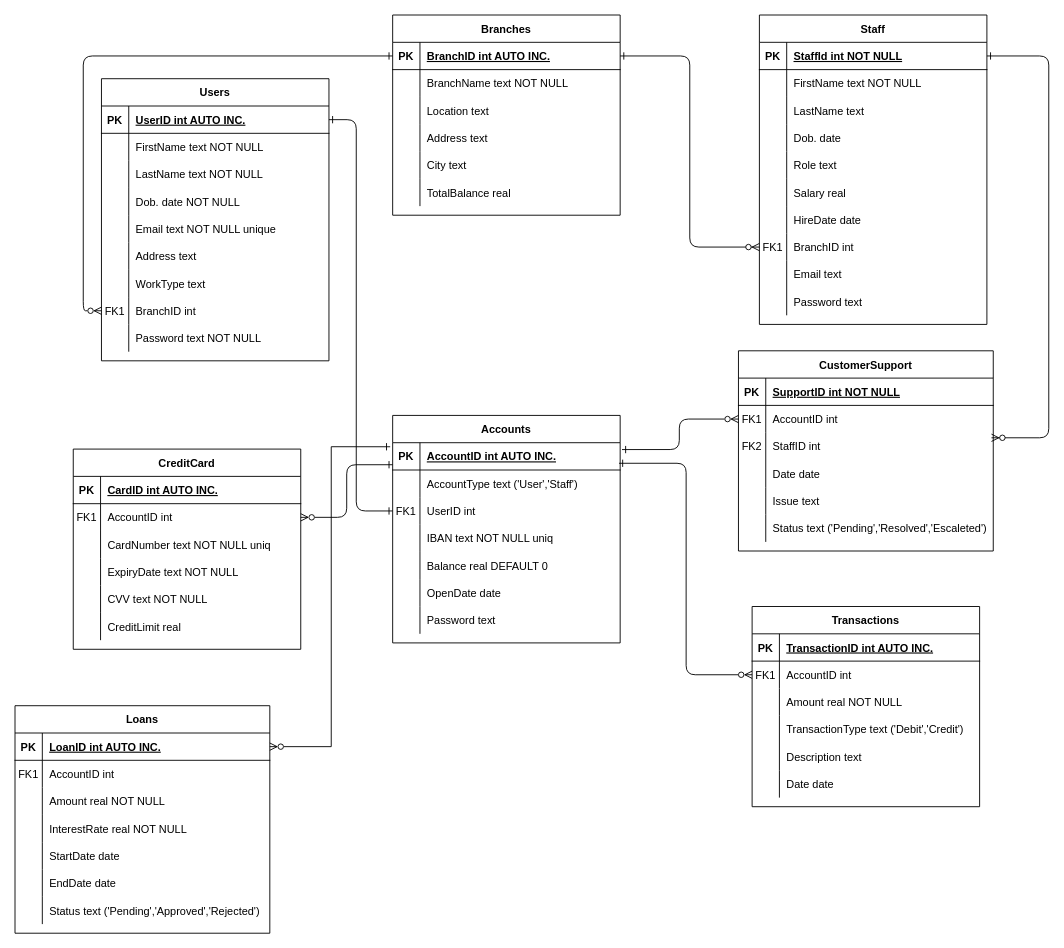
Above: NoteBank.drawio in Eneuss/NoteBank (draw.io), before the change. Source tidied: cells renumbered, new cells numbered last; positions are measured from the earlier drawing's top-left corner, leaving out a move shared by most shapes. Both pictures are drawn from the tidied source at 91%, with x=0, y=0 at pixel (15, 15).
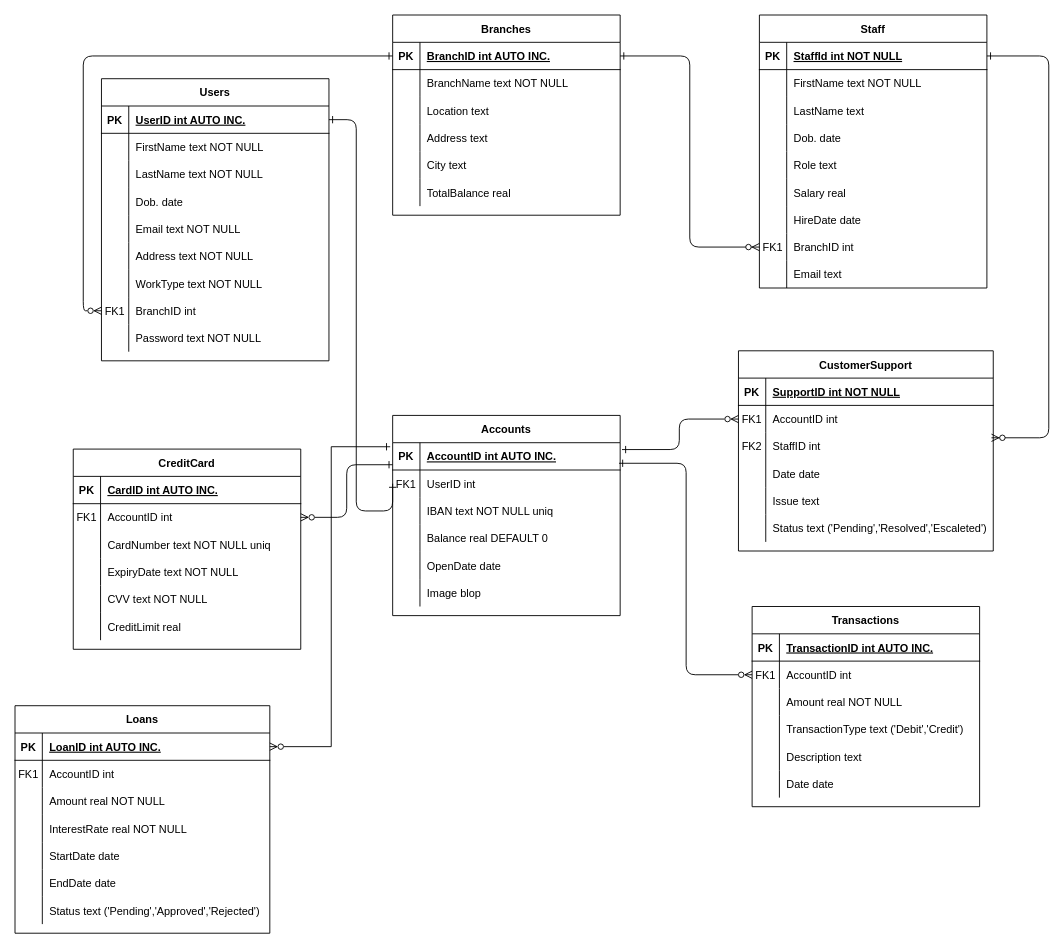
After the change.

Unchanged cells that the change refers to:
```xml
<mxCell id="83" style="shape=partialRectangle;fillColor=none;top=0;left=0;right=0;bottom=0;" parent="73" vertex="1">
  <mxGeometry y="120" width="250" height="30" as="geometry" />
</mxCell>
<mxCell id="86" style="shape=partialRectangle;fillColor=none;top=0;left=0;right=0;bottom=0;" parent="73" vertex="1">
  <mxGeometry y="150" width="250" height="30" as="geometry" />
</mxCell>
<mxCell id="89" style="shape=partialRectangle;fillColor=none;top=0;left=0;right=0;bottom=0;" parent="73" vertex="1">
  <mxGeometry y="180" width="250" height="30" as="geometry" />
</mxCell>
<mxCell id="92" style="shape=partialRectangle;fillColor=none;top=0;left=0;right=0;bottom=0;" parent="73" vertex="1">
  <mxGeometry y="210" width="250" height="30" as="geometry" />
</mxCell>
```

What changed in the source:
```diff
@@
     <mxCell id="4" value="Staff" style="shape=table;startSize=30;childLayout=tableLayout;rowLines=0;fontStyle=1;align=center;" parent="1" vertex="1">
-      <mxGeometry x="818" width="250" height="340" as="geometry" />
+      <mxGeometry x="818" width="250" height="300" as="geometry" />
     </mxCell>
@@
-    <mxCell id="32" style="shape=partialRectangle;fillColor=none;top=0;left=0;right=0;bottom=0;" parent="4" vertex="1">
-      <mxGeometry y="300" width="250" height="30" as="geometry" />
-    </mxCell>
-    <mxCell id="33" style="shape=partialRectangle;overflow=hidden;fillColor=none;top=0;left=0;bottom=0;right=0;" parent="32" vertex="1">
-      <mxGeometry width="30" height="30" as="geometry" />
-    </mxCell>
-    <mxCell id="34" value="Password text" style="shape=partialRectangle;overflow=hidden;fillColor=none;top=0;left=0;bottom=0;right=0;align=left;spacingLeft=6;" parent="32" vertex="1">
-      <mxGeometry x="30" width="220" height="30" as="geometry" />
-    </mxCell>
@@
-    <mxCell id="85" value="Dob. date NOT NULL" style="shape=partialRectangle;overflow=hidden;fillColor=none;top=0;left=0;bottom=0;right=0;align=left;spacingLeft=6;" parent="83" vertex="1">
+    <mxCell id="85" value="Dob. date" style="shape=partialRectangle;overflow=hidden;fillColor=none;top=0;left=0;bottom=0;right=0;align=left;spacingLeft=6;" parent="83" vertex="1">
       <mxGeometry x="30" width="220" height="30" as="geometry" />
     </mxCell>
@@
-    <mxCell id="88" value="Email text NOT NULL unique" style="shape=partialRectangle;overflow=hidden;fillColor=none;top=0;left=0;bottom=0;right=0;align=left;spacingLeft=6;" parent="86" vertex="1">
+    <mxCell id="88" value="Email text NOT NULL" style="shape=partialRectangle;overflow=hidden;fillColor=none;top=0;left=0;bottom=0;right=0;align=left;spacingLeft=6;" parent="86" vertex="1">
       <mxGeometry x="30" width="220" height="30" as="geometry" />
     </mxCell>
@@
-    <mxCell id="91" value="Address text" style="shape=partialRectangle;overflow=hidden;fillColor=none;top=0;left=0;bottom=0;right=0;align=left;spacingLeft=6;" parent="89" vertex="1">
+    <mxCell id="91" value="Address text NOT NULL" style="shape=partialRectangle;overflow=hidden;fillColor=none;top=0;left=0;bottom=0;right=0;align=left;spacingLeft=6;" parent="89" vertex="1">
       <mxGeometry x="30" width="220" height="30" as="geometry" />
     </mxCell>
@@
-    <mxCell id="94" value="WorkType text" style="shape=partialRectangle;overflow=hidden;fillColor=none;top=0;left=0;bottom=0;right=0;align=left;spacingLeft=6;" parent="92" vertex="1">
+    <mxCell id="94" value="WorkType text NOT NULL" style="shape=partialRectangle;overflow=hidden;fillColor=none;top=0;left=0;bottom=0;right=0;align=left;spacingLeft=6;" parent="92" vertex="1">
       <mxGeometry x="30" width="220" height="30" as="geometry" />
     </mxCell>
@@
     <mxCell id="101" value="Accounts" style="shape=table;startSize=30;childLayout=tableLayout;rowLines=0;fontStyle=1;align=center;" parent="1" vertex="1">
-      <mxGeometry x="415" y="440" width="250" height="250" as="geometry" />
+      <mxGeometry x="415" y="440" width="250" height="220" as="geometry" />
     </mxCell>
@@
-    <mxCell id="105" style="shape=partialRectangle;fillColor=none;top=0;left=0;right=0;bottom=0;" parent="101" vertex="1">
-      <mxGeometry y="60" width="250" height="30" as="geometry" />
-    </mxCell>
-    <mxCell id="106" style="shape=partialRectangle;overflow=hidden;fillColor=none;top=0;left=0;bottom=0;right=0;" parent="105" vertex="1">
-      <mxGeometry width="30" height="30" as="geometry" />
-    </mxCell>
-    <mxCell id="107" value="AccountType text ('User','Staff')" style="shape=partialRectangle;overflow=hidden;fillColor=none;top=0;left=0;bottom=0;right=0;align=left;spacingLeft=6;" parent="105" vertex="1">
-      <mxGeometry x="30" width="220" height="30" as="geometry" />
-    </mxCell>
     <mxCell id="108" style="shape=partialRectangle;fillColor=none;points=[[0,0.5],[1,0.5]];portConstraint=eastwest;top=0;left=0;right=0;bottom=0;" parent="101" vertex="1">
-      <mxGeometry y="90" width="250" height="30" as="geometry" />
+      <mxGeometry y="60" width="250" height="30" as="geometry" />
     </mxCell>
@@
     <mxCell id="111" style="shape=partialRectangle;fillColor=none;top=0;left=0;right=0;bottom=0;" parent="101" vertex="1">
-      <mxGeometry y="120" width="250" height="30" as="geometry" />
+      <mxGeometry y="90" width="250" height="30" as="geometry" />
     </mxCell>
@@
     <mxCell id="114" style="shape=partialRectangle;fillColor=none;top=0;left=0;right=0;bottom=0;" parent="101" vertex="1">
-      <mxGeometry y="150" width="250" height="30" as="geometry" />
+      <mxGeometry y="120" width="250" height="30" as="geometry" />
     </mxCell>
@@
     <mxCell id="117" style="shape=partialRectangle;fillColor=none;top=0;left=0;right=0;bottom=0;" parent="101" vertex="1">
-      <mxGeometry y="180" width="250" height="30" as="geometry" />
+      <mxGeometry y="150" width="250" height="30" as="geometry" />
     </mxCell>
@@
-    <mxCell id="120" style="shape=partialRectangle;fillColor=none;top=0;left=0;right=0;bottom=0;" parent="101" vertex="1">
-      <mxGeometry y="210" width="250" height="30" as="geometry" />
-    </mxCell>
-    <mxCell id="121" style="shape=partialRectangle;overflow=hidden;fillColor=none;top=0;left=0;bottom=0;right=0;" parent="120" vertex="1">
-      <mxGeometry width="30" height="30" as="geometry" />
-    </mxCell>
-    <mxCell id="122" value="Password text" style="shape=partialRectangle;overflow=hidden;fillColor=none;top=0;left=0;bottom=0;right=0;align=left;spacingLeft=6;" parent="120" vertex="1">
-      <mxGeometry x="30" width="220" height="30" as="geometry" />
-    </mxCell>
+    <mxCell id="189" style="shape=partialRectangle;fillColor=none;top=0;left=0;right=0;bottom=0;" parent="101" vertex="1">
+      <mxGeometry y="180" width="250" height="30" as="geometry" />
+    </mxCell>
+    <mxCell id="190" style="shape=partialRectangle;overflow=hidden;fillColor=none;top=0;left=0;bottom=0;right=0;" parent="189" vertex="1">
+      <mxGeometry width="30" height="30" as="geometry" />
+    </mxCell>
+    <mxCell id="191" value="Image blop" style="shape=partialRectangle;overflow=hidden;fillColor=none;top=0;left=0;bottom=0;right=0;align=left;spacingLeft=6;" parent="189" vertex="1">
+      <mxGeometry x="30" width="220" height="30" as="geometry" />
+    </mxCell>
```
